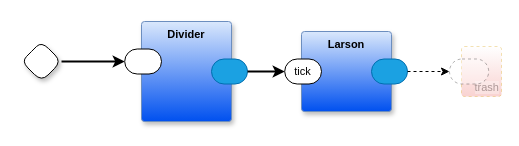
Above: page "main" (1 of 2) of html-larson/scanner.drawio in guitarvydas/zddemos (draw.io), before the change. Source tidied: cells renumbered, new cells numbered last; positions are measured from the earlier drawing's top-left corner, leaving out a move shared by most shapes. Both pictures are drawn from the tidied source at 100%, with x=0, y=0 at pixel (21, 21).
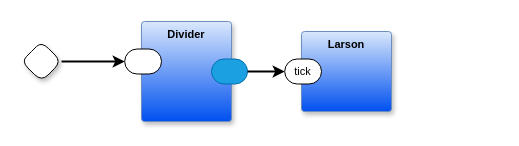
After the change.

What changed in the source:
```diff
@@
 <mxGraphModel>
   <root>
     <mxCell id="0" />
     <mxCell id="1" parent="0" />
     <mxCell id="2" style="edgeStyle=orthogonalEdgeStyle;rounded=1;jettySize=auto;html=1;exitX=1;exitY=0.5;exitDx=0;exitDy=0;exitPerimeter=0;strokeWidth=2;curved=0;entryX=0;entryY=0.5;entryDx=0;entryDy=0;entryPerimeter=0;" parent="1" edge="1" source="3" target="8">
       <mxGeometry relative="1" as="geometry" />
     </mxCell>
     <mxCell id="3" style="rhombus;whiteSpace=wrap;html=1;rounded=1;fontStyle=1;glass=0;sketch=0;fontSize=12;points=[[0,0.5,0,0,0],[0.5,0,0,0,0],[0.5,1,0,0,0],[1,0.5,0,0,0]];shadow=1;fontFamily=Helvetica;fontColor=default;" parent="1" vertex="1">
       <mxGeometry y="20" width="40" height="40" as="geometry" />
     </mxCell>
     <mxCell id="4" value="Larson" style="rounded=1;whiteSpace=wrap;html=1;verticalAlign=top;arcSize=6;fontStyle=1;absoluteArcSize=1;shadow=1;strokeColor=#6c8ebf;fillColor=#dae8fc;fontFamily=Helvetica;fontSize=11;gradientColor=#0050EF;fontColor=default;" parent="1" vertex="1">
       <mxGeometry x="280" y="10" width="90" height="80" as="geometry" />
     </mxCell>
     <mxCell id="5" value="tick" style="rounded=1;whiteSpace=wrap;html=1;sketch=0;points=[[0,0.5,0,0,0],[1,0.5,0,0,0]];arcSize=50;fontFamily=Helvetica;fontSize=11;fontColor=default;" parent="4" vertex="1">
       <mxGeometry x="-16.8" y="27.5" width="36.8" height="25" as="geometry" />
     </mxCell>
-    <mxCell id="6" style="rounded=1;whiteSpace=wrap;html=1;sketch=0;points=[[0,0.5,0,0,0],[1,0.5,0,0,0]];fillColor=#1ba1e2;fontColor=#ffffff;strokeColor=#006EAF;arcSize=50;fontFamily=Helvetica;fontSize=11;" parent="4" vertex="1">
-      <mxGeometry x="70" y="27.5" width="36" height="25" as="geometry" />
-    </mxCell>
     <mxCell id="7" value="Divider" style="rounded=1;whiteSpace=wrap;html=1;verticalAlign=top;arcSize=6;fontStyle=1;absoluteArcSize=1;shadow=1;strokeColor=#6c8ebf;fillColor=#dae8fc;fontFamily=Helvetica;fontSize=11;gradientColor=#0050EF;fontColor=default;" parent="1" vertex="1">
       <mxGeometry x="120" width="90" height="100" as="geometry" />
     </mxCell>
     <mxCell id="8" style="rounded=1;whiteSpace=wrap;html=1;sketch=0;points=[[0,0.5,0,0,0],[1,0.5,0,0,0]];arcSize=50;fontFamily=Helvetica;fontSize=11;fontColor=default;" parent="7" vertex="1">
       <mxGeometry x="-16.8" y="27.5" width="36.8" height="25" as="geometry" />
     </mxCell>
     <mxCell id="9" style="rounded=1;whiteSpace=wrap;html=1;sketch=0;points=[[0,0.5,0,0,0],[1,0.5,0,0,0]];fillColor=#1ba1e2;fontColor=#ffffff;strokeColor=#006EAF;arcSize=50;fontFamily=Helvetica;fontSize=11;" parent="7" vertex="1">
       <mxGeometry x="70" y="37.5" width="36" height="25" as="geometry" />
     </mxCell>
     <mxCell id="10" style="edgeStyle=orthogonalEdgeStyle;rounded=1;jettySize=auto;html=1;exitX=1;exitY=0.5;exitDx=0;exitDy=0;exitPerimeter=0;entryX=0;entryY=0.5;entryDx=0;entryDy=0;entryPerimeter=0;curved=0;strokeWidth=2;" parent="1" edge="1" source="9" target="5">
       <mxGeometry relative="1" as="geometry" />
     </mxCell>
-    <mxCell id="11" value="trash" style="rounded=1;whiteSpace=wrap;html=1;sketch=0;verticalAlign=bottom;arcSize=6;fontStyle=0;absoluteArcSize=1;shadow=0;strokeColor=#d79b00;fillColor=#FFFFFF;fontFamily=Helvetica;fontSize=11;dashed=1;opacity=30;align=right;textOpacity=30;gradientColor=#EA6B66;fontColor=default;labelBackgroundColor=default;" parent="1" vertex="1">
-      <mxGeometry x="440" y="25" width="40" height="50" as="geometry" />
-    </mxCell>
-    <mxCell id="12" style="rounded=1;whiteSpace=wrap;html=1;sketch=0;points=[[0,0.5,0,0,0],[1,0.5,0,0,0]];arcSize=50;fontFamily=Helvetica;fontSize=11;fontColor=default;dashed=1;textOpacity=50;opacity=30;fontStyle=0;labelBackgroundColor=default;" parent="11" vertex="1">
-      <mxGeometry x="-12" y="12.5" width="39.2" height="25" as="geometry" />
-    </mxCell>
-    <mxCell id="13" style="edgeStyle=orthogonalEdgeStyle;shape=connector;curved=0;rounded=1;jettySize=auto;html=1;exitX=1;exitY=0.5;exitDx=0;exitDy=0;exitPerimeter=0;entryX=0;entryY=0.5;entryDx=0;entryDy=0;entryPerimeter=0;dashed=1;strokeColor=default;align=center;verticalAlign=middle;fontFamily=Helvetica;fontSize=11;fontColor=default;labelBackgroundColor=default;endArrow=classic;" parent="1" edge="1" source="6" target="12">
-      <mxGeometry relative="1" as="geometry" />
-    </mxCell>
   </root>
 </mxGraphModel>
```
